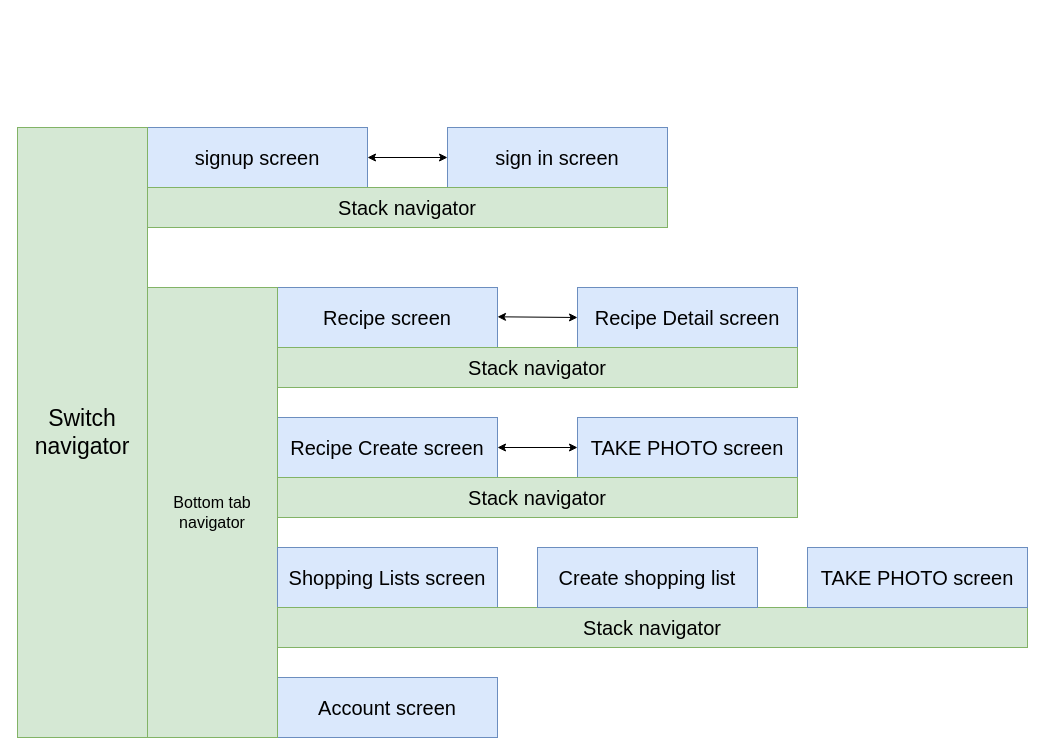
Before: page "screen org" (2 of 4) of shoppy.drawio in tbilbe/diagrams, a draw.io diagram. Source tidied: cells renumbered, new cells numbered last; positions are measured from the earlier drawing's top-left corner, leaving out a move shared by most shapes. Both pictures are drawn from the tidied source at 100%, with x=0, y=0 at pixel (17, 127).
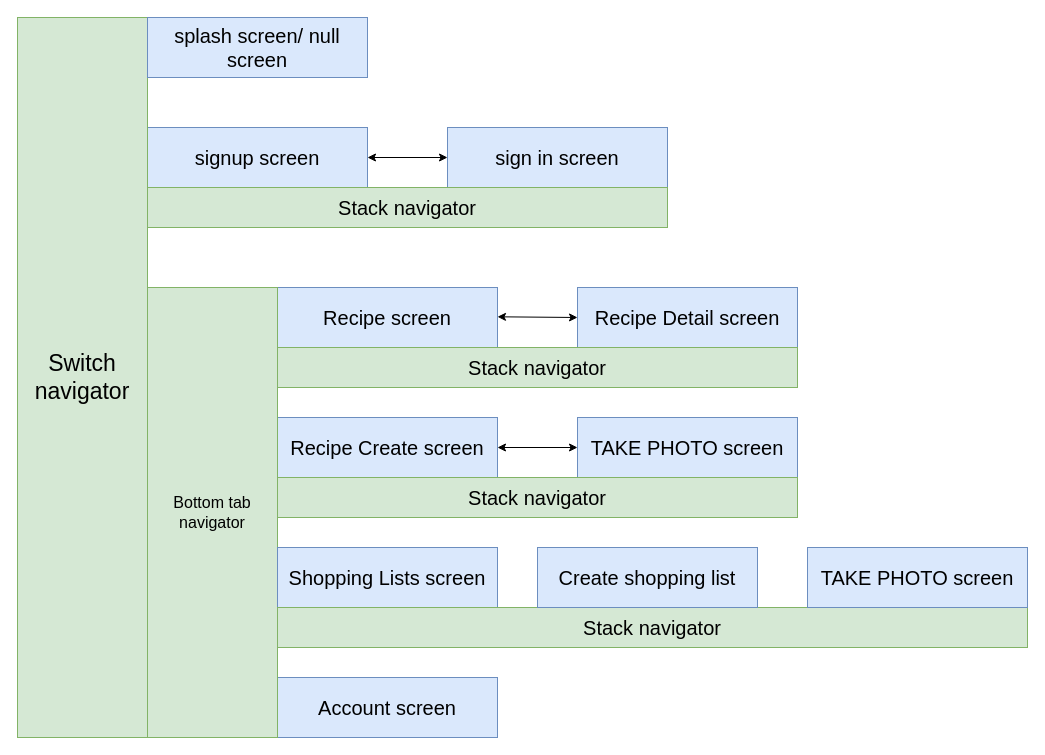
The same page after the edit.

Diff of the diagram source:
```diff
@@
     <mxCell id="16" value="Switch navigator" style="rounded=0;whiteSpace=wrap;html=1;fillColor=#d5e8d4;strokeColor=#82b366;fontStyle=0;fontSize=23;" parent="1" vertex="1">
-      <mxGeometry width="130" height="610" as="geometry" />
+      <mxGeometry y="-110" width="130" height="720" as="geometry" />
     </mxCell>
@@
+    <mxCell id="21" value="splash screen/ null screen" style="rounded=0;whiteSpace=wrap;html=1;fillColor=#dae8fc;strokeColor=#6c8ebf;fontStyle=0;fontSize=20;" parent="1" vertex="1">
+      <mxGeometry x="130" y="-110" width="220" height="60" as="geometry" />
+    </mxCell>
```
